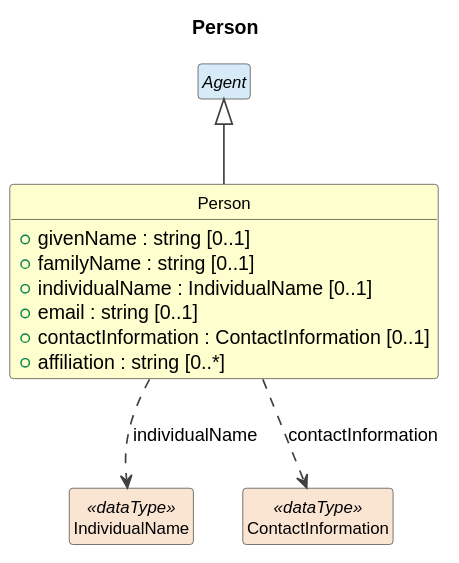
This is build/plantuml/cdifCore/Classes/Person.svg from Cross-Domain-Interoperability-Framework/metadataBuildingBlocks, a PlantUML export, as it was before one commit.
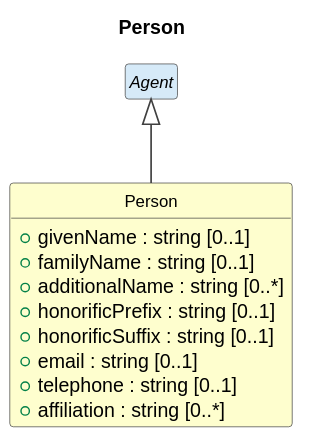
The same diagram one commit later.

What changed in the source:
```diff
@@ -13,15 +13,13 @@
 class "Person" as Person #FEFECE {
   +givenName : string [0..1]
   +familyName : string [0..1]
-  +individualName : IndividualName [0..1]
+  +additionalName : string [0..*]
+  +honorificPrefix : string [0..1]
+  +honorificSuffix : string [0..1]
   +email : string [0..1]
-  +contactInformation : ContactInformation [0..1]
+  +telephone : string [0..1]
   +affiliation : string [0..*]
 }
 abstract class "Agent" as Agent #D6EAF8
 Agent <|-- Person
-class "IndividualName" as IndividualName <<dataType>> #FAE5D3
-Person ..> IndividualName : individualName
-class "ContactInformation" as ContactInformation <<dataType>> #FAE5D3
-Person ..> ContactInformation : contactInformation
 @enduml
```
